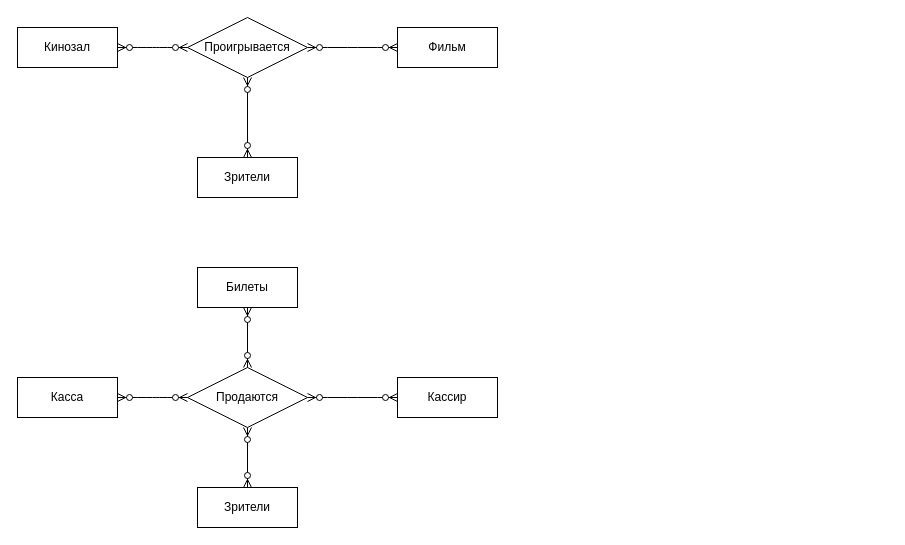
The draw.io diagram Untitled Diagram.drawio in qbr-dude/CourseWork_CSM, before the edit. Source tidied: cells renumbered, new cells numbered last; positions are measured from the earlier drawing's top-left corner, leaving out a move shared by most shapes. Both pictures are drawn from the tidied source at 100%, with x=0, y=0 at pixel (17, 17).
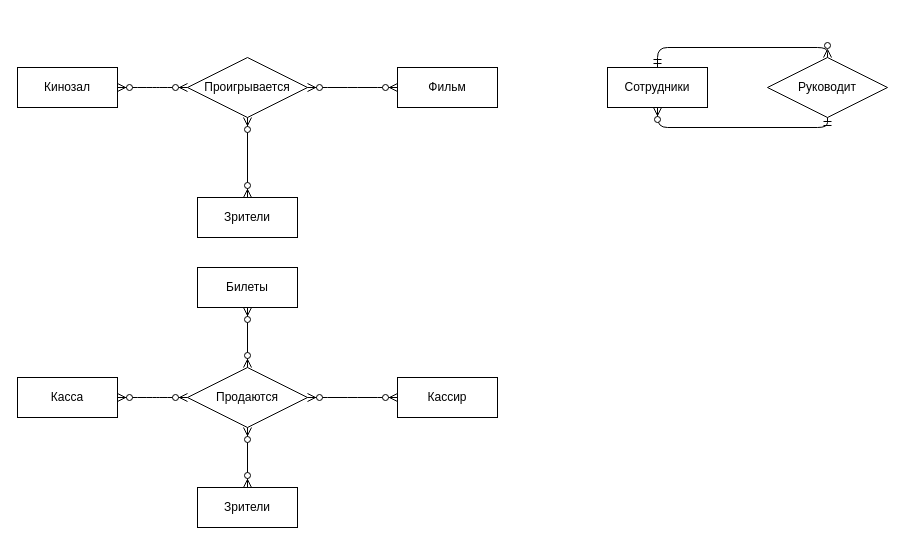
After the change.

The edit, as a diff of the source:
```diff
@@
     <mxCell id="2" value="Кинозал" style="whiteSpace=wrap;html=1;align=center;" parent="1" vertex="1">
-      <mxGeometry y="10" width="100" height="40" as="geometry" />
+      <mxGeometry y="50" width="100" height="40" as="geometry" />
     </mxCell>
     <mxCell id="3" value="Фильм" style="whiteSpace=wrap;html=1;align=center;" parent="1" vertex="1">
-      <mxGeometry x="380" y="10" width="100" height="40" as="geometry" />
+      <mxGeometry x="380" y="50" width="100" height="40" as="geometry" />
     </mxCell>
     <mxCell id="4" value="Проигрывается" style="shape=rhombus;perimeter=rhombusPerimeter;whiteSpace=wrap;html=1;align=center;" parent="1" vertex="1">
-      <mxGeometry x="170" width="120" height="60" as="geometry" />
+      <mxGeometry x="170" y="40" width="120" height="60" as="geometry" />
     </mxCell>
     <mxCell id="5" value="Зрители" style="whiteSpace=wrap;html=1;align=center;" parent="1" vertex="1">
-      <mxGeometry x="180" y="140" width="100" height="40" as="geometry" />
+      <mxGeometry x="180" y="180" width="100" height="40" as="geometry" />
     </mxCell>
@@
+    <mxCell id="18" value="Сотрудники" style="whiteSpace=wrap;html=1;align=center;" parent="1" vertex="1">
+      <mxGeometry x="590" y="50" width="100" height="40" as="geometry" />
+    </mxCell>
+    <mxCell id="19" value="Руководит" style="shape=rhombus;perimeter=rhombusPerimeter;whiteSpace=wrap;html=1;align=center;" parent="1" vertex="1">
+      <mxGeometry x="750" y="40" width="120" height="60" as="geometry" />
+    </mxCell>
+    <mxCell id="20" style="edgeStyle=orthogonalEdgeStyle;fontSize=12;html=1;endArrow=ERzeroToMany;startArrow=ERmandOne;exitX=0.5;exitY=0;exitDx=0;exitDy=0;entryX=0.5;entryY=0;entryDx=0;entryDy=0;" parent="1" edge="1" source="18" target="19">
+      <mxGeometry relative="1" as="geometry" />
+    </mxCell>
+    <mxCell id="21" style="edgeStyle=orthogonalEdgeStyle;fontSize=12;html=1;endArrow=ERzeroToMany;startArrow=ERmandOne;exitX=0.5;exitY=1;exitDx=0;exitDy=0;entryX=0.5;entryY=1;entryDx=0;entryDy=0;" parent="1" edge="1" source="19" target="18">
+      <mxGeometry relative="1" as="geometry" />
+    </mxCell>
```
